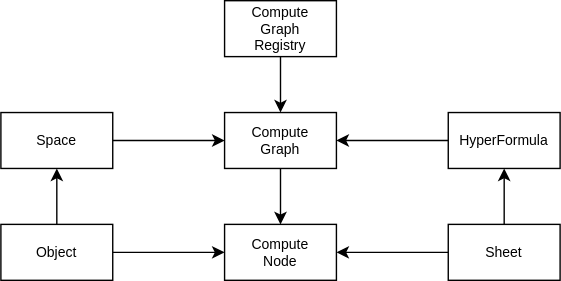
Before: docs/content/design/diagrams/compute.drawio.svg, a diagram exported from draw.io (dxos/dxos). Source tidied: cells renumbered, new cells last; positions are measured from the earlier drawing's top-left corner, leaving out a move shared by most shapes. Its diagram source:
```xml
<mxGraphModel>
  <root>
    <mxCell id="0" />
    <mxCell id="1" parent="0" />
    <mxCell id="2" style="edgeStyle=none;html=1;exitX=0.5;exitY=1;exitDx=0;exitDy=0;entryX=0.5;entryY=0;entryDx=0;entryDy=0;fontSize=10;" parent="1" edge="1" source="3" target="7">
      <mxGeometry relative="1" as="geometry" />
    </mxCell>
    <mxCell id="3" value="Compute&lt;br style=&quot;font-size: 10px;&quot;&gt;Graph&lt;br style=&quot;font-size: 10px;&quot;&gt;Registry" style="rounded=0;whiteSpace=wrap;html=1;fontSize=10;" parent="1" vertex="1">
      <mxGeometry x="160" width="80" height="40" as="geometry" />
    </mxCell>
    <mxCell id="4" style="edgeStyle=none;html=1;exitX=0.5;exitY=1;exitDx=0;exitDy=0;fontSize=10;" parent="1" edge="1" source="7" target="10">
      <mxGeometry relative="1" as="geometry" />
    </mxCell>
    <mxCell id="5" style="edgeStyle=none;html=1;fontSize=10;entryX=1;entryY=0.5;entryDx=0;entryDy=0;" parent="1" edge="1" source="12" target="7">
      <mxGeometry relative="1" as="geometry" />
    </mxCell>
    <mxCell id="6" style="edgeStyle=none;html=1;fontSize=10;entryX=0;entryY=0.5;entryDx=0;entryDy=0;" parent="1" edge="1" source="15" target="7">
      <mxGeometry relative="1" as="geometry" />
    </mxCell>
    <mxCell id="7" value="Compute&lt;br style=&quot;font-size: 10px;&quot;&gt;Graph" style="rounded=0;whiteSpace=wrap;html=1;fontSize=10;" parent="1" vertex="1">
      <mxGeometry x="160" y="80" width="80" height="40" as="geometry" />
    </mxCell>
    <mxCell id="8" style="edgeStyle=none;html=1;fontSize=10;entryX=1;entryY=0.5;entryDx=0;entryDy=0;" parent="1" edge="1" source="13" target="10">
      <mxGeometry relative="1" as="geometry" />
    </mxCell>
    <mxCell id="9" style="edgeStyle=none;html=1;fontSize=10;entryX=0;entryY=0.5;entryDx=0;entryDy=0;" parent="1" edge="1" source="16" target="10">
      <mxGeometry relative="1" as="geometry" />
    </mxCell>
    <mxCell id="10" value="Compute&lt;br style=&quot;font-size: 10px;&quot;&gt;Node" style="rounded=0;whiteSpace=wrap;html=1;fontSize=10;" parent="1" vertex="1">
      <mxGeometry x="160" y="160" width="80" height="40" as="geometry" />
    </mxCell>
    <mxCell id="11" style="edgeStyle=none;html=1;fontSize=10;entryX=0.5;entryY=1;entryDx=0;entryDy=0;" parent="1" edge="1" source="13" target="12">
      <mxGeometry relative="1" as="geometry" />
    </mxCell>
    <mxCell id="12" value="HyperFormula" style="rounded=0;whiteSpace=wrap;html=1;fontSize=10;" parent="1" vertex="1">
      <mxGeometry x="320" y="80" width="80" height="40" as="geometry" />
    </mxCell>
    <mxCell id="13" value="Sheet" style="rounded=0;whiteSpace=wrap;html=1;fontSize=10;" parent="1" vertex="1">
      <mxGeometry x="320" y="160" width="80" height="40" as="geometry" />
    </mxCell>
    <mxCell id="14" style="edgeStyle=none;html=1;exitX=0.5;exitY=0;exitDx=0;exitDy=0;entryX=0.5;entryY=1;entryDx=0;entryDy=0;fontSize=10;" parent="1" edge="1" source="16" target="15">
      <mxGeometry relative="1" as="geometry" />
    </mxCell>
    <mxCell id="15" value="Space" style="rounded=0;whiteSpace=wrap;html=1;fontSize=10;" parent="1" vertex="1">
      <mxGeometry y="80" width="80" height="40" as="geometry" />
    </mxCell>
    <mxCell id="16" value="Object" style="rounded=0;whiteSpace=wrap;html=1;fontSize=10;" parent="1" vertex="1">
      <mxGeometry y="160" width="80" height="40" as="geometry" />
    </mxCell>
  </root>
</mxGraphModel>
```
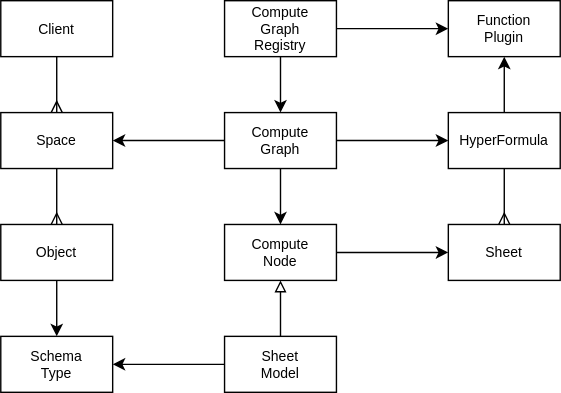
The same file after the commit.

Change to the diagram source:
```diff
@@ -5,47 +5,74 @@
     <mxCell id="2" style="edgeStyle=none;html=1;exitX=0.5;exitY=1;exitDx=0;exitDy=0;entryX=0.5;entryY=0;entryDx=0;entryDy=0;fontSize=10;" parent="1" edge="1" source="3" target="7">
       <mxGeometry relative="1" as="geometry" />
     </mxCell>
+    <mxCell id="17" style="edgeStyle=none;html=1;exitX=1;exitY=0.5;exitDx=0;exitDy=0;endArrow=classic;endFill=1;" parent="1" edge="1" source="3" target="31">
+      <mxGeometry relative="1" as="geometry" />
+    </mxCell>
     <mxCell id="3" value="Compute&lt;br style=&quot;font-size: 10px;&quot;&gt;Graph&lt;br style=&quot;font-size: 10px;&quot;&gt;Registry" style="rounded=0;whiteSpace=wrap;html=1;fontSize=10;" parent="1" vertex="1">
       <mxGeometry x="160" width="80" height="40" as="geometry" />
     </mxCell>
     <mxCell id="4" style="edgeStyle=none;html=1;exitX=0.5;exitY=1;exitDx=0;exitDy=0;fontSize=10;" parent="1" edge="1" source="7" target="10">
       <mxGeometry relative="1" as="geometry" />
     </mxCell>
-    <mxCell id="5" style="edgeStyle=none;html=1;fontSize=10;entryX=1;entryY=0.5;entryDx=0;entryDy=0;" parent="1" edge="1" source="12" target="7">
-      <mxGeometry relative="1" as="geometry" />
-    </mxCell>
-    <mxCell id="6" style="edgeStyle=none;html=1;fontSize=10;entryX=0;entryY=0.5;entryDx=0;entryDy=0;" parent="1" edge="1" source="15" target="7">
-      <mxGeometry relative="1" as="geometry" />
-    </mxCell>
+    <mxCell id="18" style="edgeStyle=none;html=1;exitX=0;exitY=0.5;exitDx=0;exitDy=0;endArrow=classic;endFill=1;" parent="1" edge="1" source="7" target="15">
+      <mxGeometry relative="1" as="geometry" />
+    </mxCell>
+    <mxCell id="19" style="edgeStyle=none;html=1;exitX=1;exitY=0.5;exitDx=0;exitDy=0;endArrow=classic;endFill=1;" parent="1" edge="1" source="7" target="12">
+      <mxGeometry relative="1" as="geometry" />
+    </mxCell>
     <mxCell id="7" value="Compute&lt;br style=&quot;font-size: 10px;&quot;&gt;Graph" style="rounded=0;whiteSpace=wrap;html=1;fontSize=10;" parent="1" vertex="1">
       <mxGeometry x="160" y="80" width="80" height="40" as="geometry" />
     </mxCell>
-    <mxCell id="8" style="edgeStyle=none;html=1;fontSize=10;entryX=1;entryY=0.5;entryDx=0;entryDy=0;" parent="1" edge="1" source="13" target="10">
-      <mxGeometry relative="1" as="geometry" />
-    </mxCell>
-    <mxCell id="9" style="edgeStyle=none;html=1;fontSize=10;entryX=0;entryY=0.5;entryDx=0;entryDy=0;" parent="1" edge="1" source="16" target="10">
-      <mxGeometry relative="1" as="geometry" />
-    </mxCell>
+    <mxCell id="20" style="edgeStyle=none;html=1;exitX=1;exitY=0.5;exitDx=0;exitDy=0;endArrow=classic;endFill=1;" parent="1" edge="1" source="10" target="13">
+      <mxGeometry relative="1" as="geometry" />
+    </mxCell>
     <mxCell id="10" value="Compute&lt;br style=&quot;font-size: 10px;&quot;&gt;Node" style="rounded=0;whiteSpace=wrap;html=1;fontSize=10;" parent="1" vertex="1">
       <mxGeometry x="160" y="160" width="80" height="40" as="geometry" />
     </mxCell>
-    <mxCell id="11" style="edgeStyle=none;html=1;fontSize=10;entryX=0.5;entryY=1;entryDx=0;entryDy=0;" parent="1" edge="1" source="13" target="12">
-      <mxGeometry relative="1" as="geometry" />
-    </mxCell>
+    <mxCell id="21" style="edgeStyle=none;html=1;exitX=0.5;exitY=1;exitDx=0;exitDy=0;endArrow=ERmany;endFill=0;" parent="1" edge="1" source="12" target="13">
+      <mxGeometry relative="1" as="geometry" />
+    </mxCell>
+    <mxCell id="22" style="edgeStyle=none;html=1;exitX=0.5;exitY=0;exitDx=0;exitDy=0;endArrow=classic;endFill=1;" parent="1" edge="1" source="12" target="31">
+      <mxGeometry relative="1" as="geometry" />
+    </mxCell>
     <mxCell id="12" value="HyperFormula" style="rounded=0;whiteSpace=wrap;html=1;fontSize=10;" parent="1" vertex="1">
       <mxGeometry x="320" y="80" width="80" height="40" as="geometry" />
     </mxCell>
     <mxCell id="13" value="Sheet" style="rounded=0;whiteSpace=wrap;html=1;fontSize=10;" parent="1" vertex="1">
       <mxGeometry x="320" y="160" width="80" height="40" as="geometry" />
     </mxCell>
-    <mxCell id="14" style="edgeStyle=none;html=1;exitX=0.5;exitY=0;exitDx=0;exitDy=0;entryX=0.5;entryY=1;entryDx=0;entryDy=0;fontSize=10;" parent="1" edge="1" source="16" target="15">
-      <mxGeometry relative="1" as="geometry" />
-    </mxCell>
+    <mxCell id="23" style="edgeStyle=none;html=1;exitX=0.5;exitY=1;exitDx=0;exitDy=0;endArrow=ERmany;endFill=0;" parent="1" edge="1" source="15" target="16">
+      <mxGeometry relative="1" as="geometry" />
+    </mxCell>
     <mxCell id="15" value="Space" style="rounded=0;whiteSpace=wrap;html=1;fontSize=10;" parent="1" vertex="1">
       <mxGeometry y="80" width="80" height="40" as="geometry" />
     </mxCell>
+    <mxCell id="24" style="edgeStyle=none;html=1;endArrow=classic;endFill=1;" parent="1" edge="1" source="16" target="30">
+      <mxGeometry relative="1" as="geometry" />
+    </mxCell>
     <mxCell id="16" value="Object" style="rounded=0;whiteSpace=wrap;html=1;fontSize=10;" parent="1" vertex="1">
       <mxGeometry y="160" width="80" height="40" as="geometry" />
     </mxCell>
+    <mxCell id="25" style="edgeStyle=none;html=1;exitX=0.5;exitY=0;exitDx=0;exitDy=0;endArrow=block;endFill=0;" parent="1" edge="1" source="27" target="10">
+      <mxGeometry relative="1" as="geometry" />
+    </mxCell>
+    <mxCell id="26" style="edgeStyle=none;html=1;exitX=0;exitY=0.5;exitDx=0;exitDy=0;endArrow=classic;endFill=1;" parent="1" edge="1" source="27" target="30">
+      <mxGeometry relative="1" as="geometry" />
+    </mxCell>
+    <mxCell id="27" value="Sheet&lt;br&gt;Model" style="rounded=0;whiteSpace=wrap;html=1;fontSize=10;" parent="1" vertex="1">
+      <mxGeometry x="160" y="240" width="80" height="40" as="geometry" />
+    </mxCell>
+    <mxCell id="28" style="edgeStyle=none;html=1;exitX=0.5;exitY=1;exitDx=0;exitDy=0;entryX=0.5;entryY=0;entryDx=0;entryDy=0;endArrow=ERmany;endFill=0;" parent="1" edge="1" source="29" target="15">
+      <mxGeometry relative="1" as="geometry" />
+    </mxCell>
+    <mxCell id="29" value="Client" style="rounded=0;whiteSpace=wrap;html=1;fontSize=10;" parent="1" vertex="1">
+      <mxGeometry width="80" height="40" as="geometry" />
+    </mxCell>
+    <mxCell id="30" value="Schema&lt;br&gt;Type" style="rounded=0;whiteSpace=wrap;html=1;fontSize=10;" parent="1" vertex="1">
+      <mxGeometry y="240" width="80" height="40" as="geometry" />
+    </mxCell>
+    <mxCell id="31" value="Function&lt;br&gt;Plugin" style="rounded=0;whiteSpace=wrap;html=1;fontSize=10;" parent="1" vertex="1">
+      <mxGeometry x="320" width="80" height="40" as="geometry" />
+    </mxCell>
   </root>
 </mxGraphModel>
```
